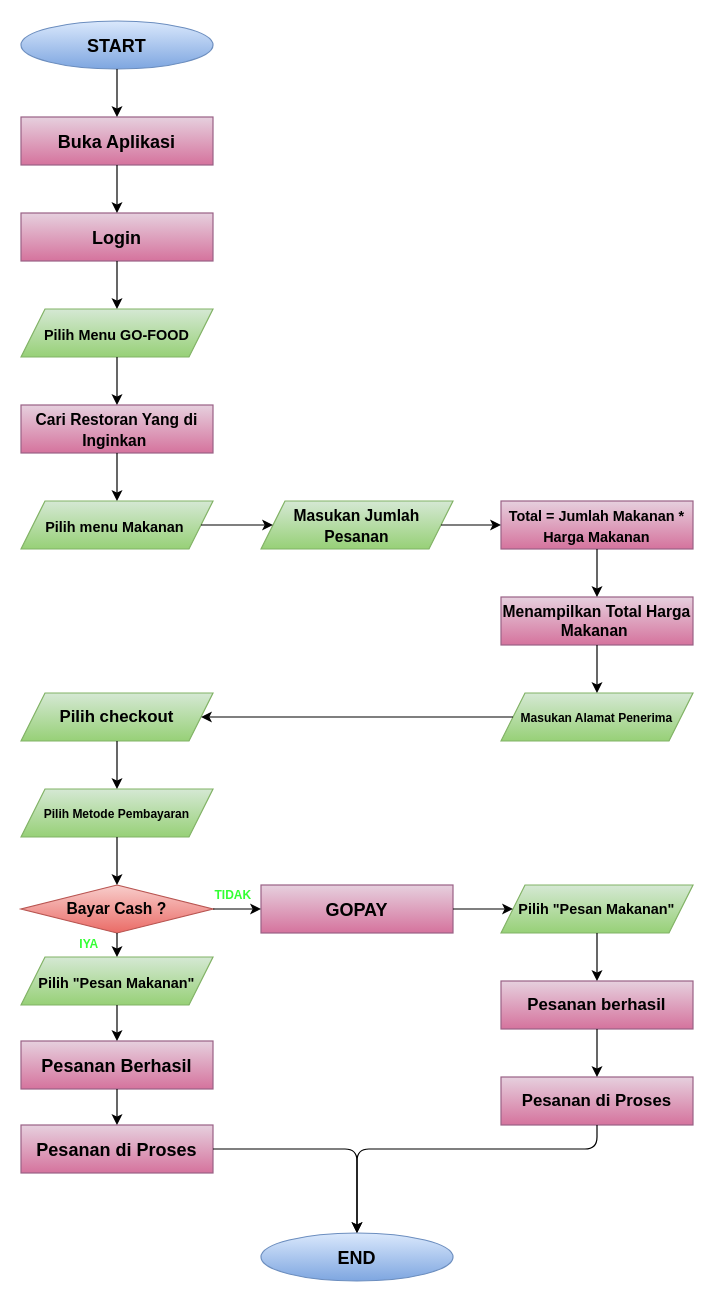
The draw.io diagram flowchart.drawio in AinunNafisah-FE2787774/ainun_nafisah-go_food_Online, before the edit. Source tidied: cells renumbered, new cells numbered last; positions are measured from the earlier drawing's top-left corner, leaving out a move shared by most shapes. Both pictures are drawn from the tidied source at 120%, with x=0, y=0 at pixel (20, 20).
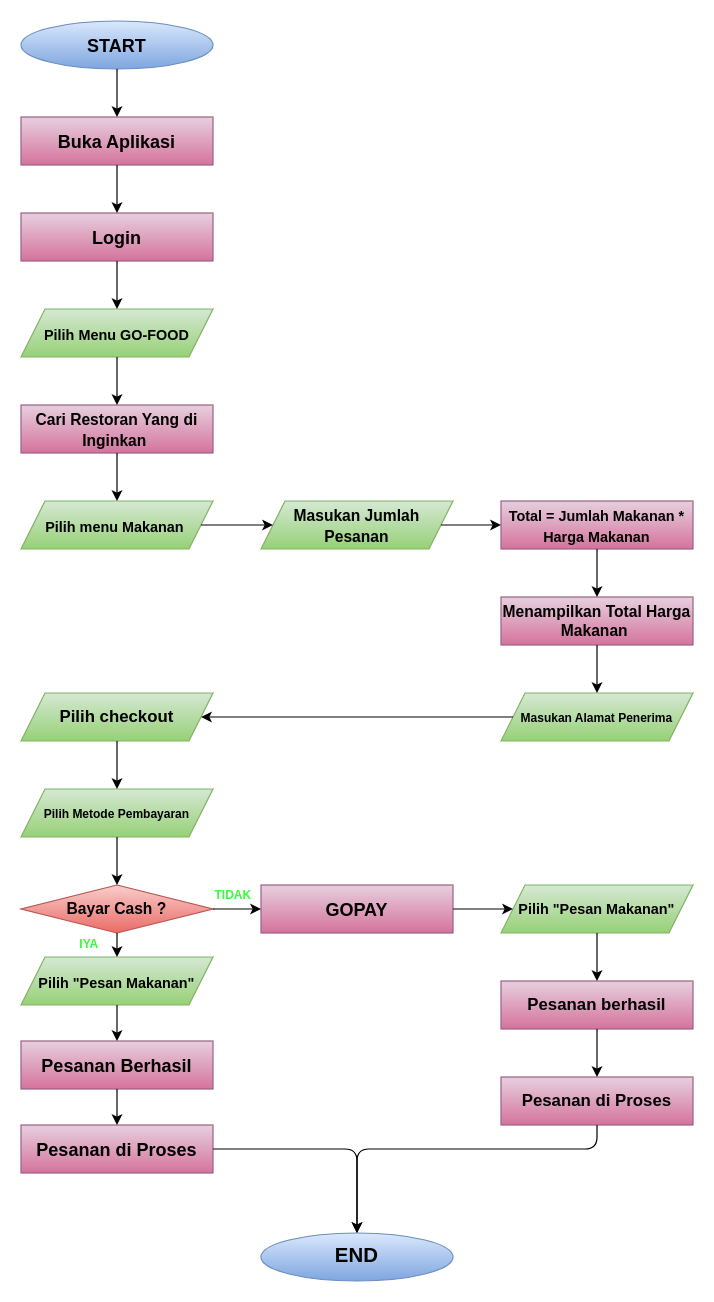
The same diagram, later.

Commit message:
Completed Creating Flowchart by go food online

What changed in the source:
```diff
@@
-    <mxCell id="35" value="&lt;font color=&quot;#000000&quot; size=&quot;1&quot;&gt;&lt;b style=&quot;font-size: 15px&quot;&gt;END&lt;/b&gt;&lt;/font&gt;" style="ellipse;whiteSpace=wrap;html=1;fontSize=12;fillColor=#dae8fc;gradientColor=#7ea6e0;strokeColor=#6c8ebf;" parent="1" vertex="1">
+    <mxCell id="35" value="&lt;font color=&quot;#000000&quot; size=&quot;1&quot;&gt;&lt;b style=&quot;font-size: 17px&quot;&gt;END&lt;/b&gt;&lt;/font&gt;" style="ellipse;whiteSpace=wrap;html=1;fontSize=12;fillColor=#dae8fc;gradientColor=#7ea6e0;strokeColor=#6c8ebf;" parent="1" vertex="1">
       <mxGeometry x="200" y="1010" width="160" height="40" as="geometry" />
     </mxCell>
```
